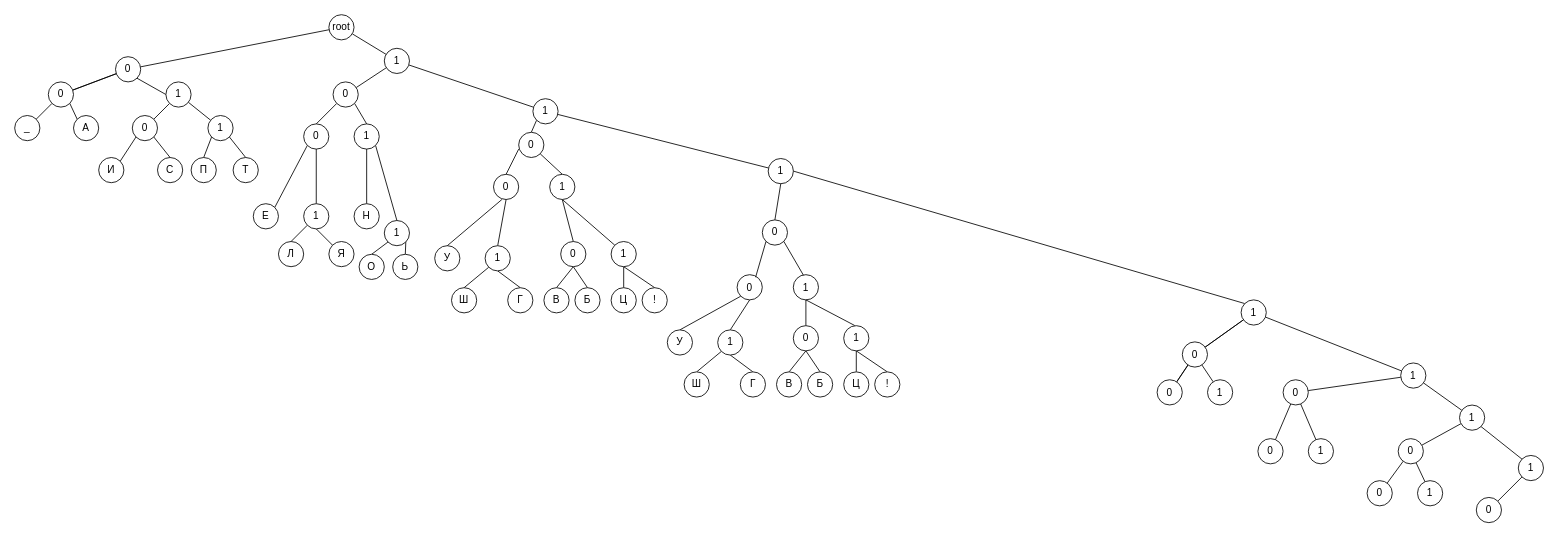
Before: Диаграмма без названия.drawio in Shumila71/shumila71.github.io, a draw.io diagram. Source tidied: cells renumbered, new cells numbered last; positions are measured from the earlier drawing's top-left corner, leaving out a move shared by most shapes. Both pictures are drawn from the tidied source at 84%, with x=0, y=0 at pixel (14, 14).
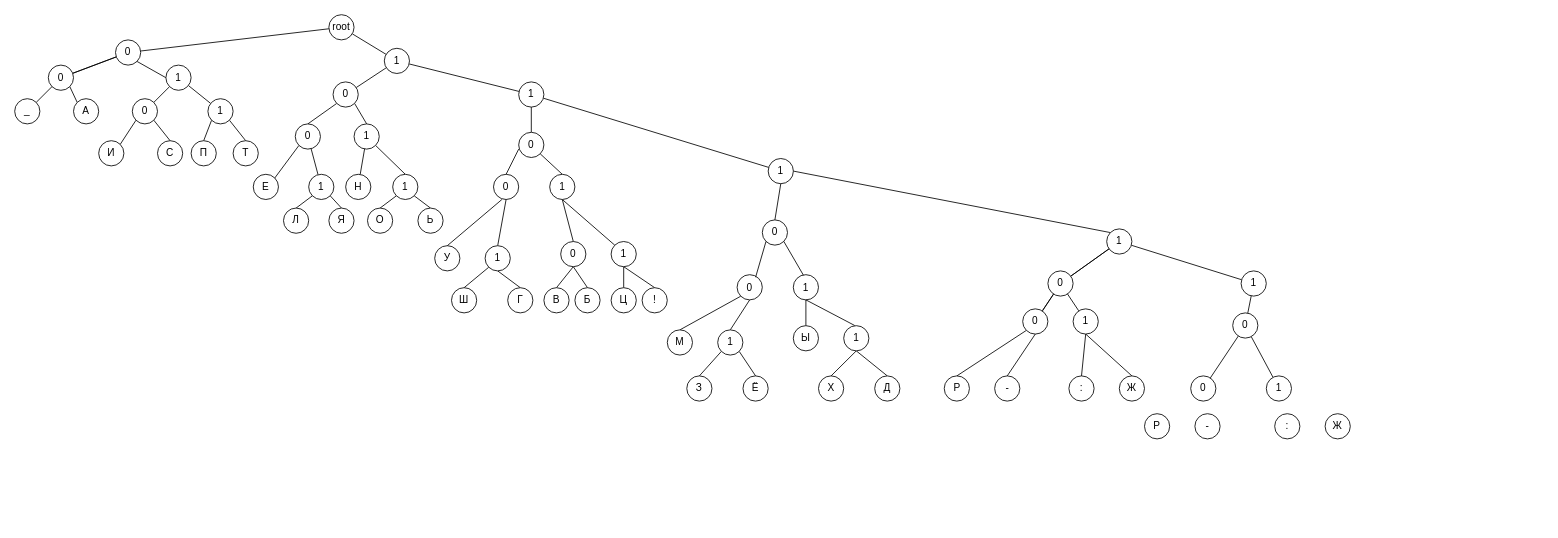
The same diagram, later.

Unchanged cells that the change refers to:
```xml
<mxCell id="48" value="0" style="ellipse;whiteSpace=wrap;html=1;" parent="1" vertex="1">
  <mxGeometry x="600" y="140" width="30" height="30" as="geometry" />
</mxCell>
<mxCell id="121" value="1" style="ellipse;whiteSpace=wrap;html=1;" parent="1" vertex="1">
  <mxGeometry x="836.9" y="375.2" width="30" height="30" as="geometry" />
</mxCell>
```

Change to the diagram source:
```diff
@@
     <mxCell id="4" value="0" style="ellipse;whiteSpace=wrap;html=1;" parent="1" vertex="1">
-      <mxGeometry x="120" y="50" width="30" height="30" as="geometry" />
+      <mxGeometry x="120" y="30" width="30" height="30" as="geometry" />
     </mxCell>
@@
     <mxCell id="11" value="0" style="ellipse;whiteSpace=wrap;html=1;" parent="1" vertex="1">
-      <mxGeometry x="40" y="80" width="30" height="30" as="geometry" />
+      <mxGeometry x="40" y="60" width="30" height="30" as="geometry" />
     </mxCell>
     <mxCell id="12" value="_" style="ellipse;whiteSpace=wrap;html=1;" parent="1" vertex="1">
-      <mxGeometry y="120" width="30" height="30" as="geometry" />
+      <mxGeometry y="100" width="30" height="30" as="geometry" />
     </mxCell>
@@
-    <mxCell id="17" style="edgeStyle=none;shape=connector;rounded=0;jettySize=auto;html=1;exitX=0;exitY=1;exitDx=0;exitDy=0;entryX=0.5;entryY=0;entryDx=0;entryDy=0;labelBackgroundColor=default;strokeColor=default;align=center;verticalAlign=middle;fontFamily=Helvetica;fontSize=11;fontColor=default;endArrow=none;endFill=0;" parent="1" edge="1" source="18" target="48">
+    <mxCell id="17" style="edgeStyle=none;shape=connector;rounded=0;jettySize=auto;html=1;exitX=0.5;exitY=1;exitDx=0;exitDy=0;entryX=0.5;entryY=0;entryDx=0;entryDy=0;labelBackgroundColor=default;strokeColor=default;align=center;verticalAlign=middle;fontFamily=Helvetica;fontSize=11;fontColor=default;endArrow=none;endFill=0;" parent="1" edge="1" source="18" target="48">
       <mxGeometry relative="1" as="geometry" />
     </mxCell>
     <mxCell id="18" value="1" style="ellipse;whiteSpace=wrap;html=1;" parent="1" vertex="1">
-      <mxGeometry x="616.9" y="100" width="30" height="30" as="geometry" />
+      <mxGeometry x="600" y="80" width="30" height="30" as="geometry" />
     </mxCell>
@@
     <mxCell id="23" value="1" style="ellipse;whiteSpace=wrap;html=1;" parent="1" vertex="1">
-      <mxGeometry x="1460" y="339.5" width="30" height="30" as="geometry" />
+      <mxGeometry x="1300" y="255" width="30" height="30" as="geometry" />
     </mxCell>
     <mxCell id="24" value="А" style="ellipse;whiteSpace=wrap;html=1;" parent="1" vertex="1">
-      <mxGeometry x="70" y="120" width="30" height="30" as="geometry" />
+      <mxGeometry x="70" y="100" width="30" height="30" as="geometry" />
     </mxCell>
@@
     <mxCell id="27" value="1" style="ellipse;whiteSpace=wrap;html=1;" parent="1" vertex="1">
-      <mxGeometry x="180" y="80" width="30" height="30" as="geometry" />
+      <mxGeometry x="180" y="60" width="30" height="30" as="geometry" />
     </mxCell>
@@
     <mxCell id="30" value="0" style="ellipse;whiteSpace=wrap;html=1;" parent="1" vertex="1">
-      <mxGeometry x="140" y="120" width="30" height="30" as="geometry" />
+      <mxGeometry x="140" y="100" width="30" height="30" as="geometry" />
     </mxCell>
     <mxCell id="31" value="И" style="ellipse;whiteSpace=wrap;html=1;" parent="1" vertex="1">
-      <mxGeometry x="100" y="170" width="30" height="30" as="geometry" />
+      <mxGeometry x="100" y="150" width="30" height="30" as="geometry" />
     </mxCell>
     <mxCell id="32" value="С" style="ellipse;whiteSpace=wrap;html=1;" parent="1" vertex="1">
-      <mxGeometry x="170" y="170" width="30" height="30" as="geometry" />
+      <mxGeometry x="170" y="150" width="30" height="30" as="geometry" />
     </mxCell>
@@
     <mxCell id="35" value="1" style="ellipse;whiteSpace=wrap;html=1;" parent="1" vertex="1">
-      <mxGeometry x="230" y="120" width="30" height="30" as="geometry" />
+      <mxGeometry x="230" y="100" width="30" height="30" as="geometry" />
     </mxCell>
     <mxCell id="36" value="П" style="ellipse;whiteSpace=wrap;html=1;" parent="1" vertex="1">
-      <mxGeometry x="210" y="170" width="30" height="30" as="geometry" />
+      <mxGeometry x="210" y="150" width="30" height="30" as="geometry" />
     </mxCell>
     <mxCell id="37" value="Т" style="ellipse;whiteSpace=wrap;html=1;" parent="1" vertex="1">
-      <mxGeometry x="260" y="170" width="30" height="30" as="geometry" />
+      <mxGeometry x="260" y="150" width="30" height="30" as="geometry" />
     </mxCell>
-    <mxCell id="38" style="edgeStyle=none;shape=connector;rounded=0;jettySize=auto;html=1;labelBackgroundColor=default;strokeColor=default;align=center;verticalAlign=middle;fontFamily=Helvetica;fontSize=11;fontColor=default;endArrow=none;endFill=0;" parent="1" edge="1" source="40" target="43">
-      <mxGeometry relative="1" as="geometry" />
-    </mxCell>
@@
     <mxCell id="40" value="1" style="ellipse;whiteSpace=wrap;html=1;" parent="1" vertex="1">
-      <mxGeometry x="1650" y="414.6" width="30" height="30" as="geometry" />
+      <mxGeometry x="1460" y="305" width="30" height="30" as="geometry" />
     </mxCell>
-    <mxCell id="41" style="edgeStyle=none;shape=connector;rounded=0;jettySize=auto;html=1;exitX=1;exitY=1;exitDx=0;exitDy=0;entryX=0;entryY=0;entryDx=0;entryDy=0;labelBackgroundColor=default;strokeColor=default;align=center;verticalAlign=middle;fontFamily=Helvetica;fontSize=11;fontColor=default;endArrow=none;endFill=0;" parent="1" edge="1" source="43" target="44">
-      <mxGeometry relative="1" as="geometry" />
-    </mxCell>
-    <mxCell id="42" style="edgeStyle=none;shape=connector;rounded=0;jettySize=auto;html=1;labelBackgroundColor=default;strokeColor=default;align=center;verticalAlign=middle;fontFamily=Helvetica;fontSize=11;fontColor=default;endArrow=none;endFill=0;" parent="1" edge="1" source="43" target="58">
-      <mxGeometry relative="1" as="geometry" />
-    </mxCell>
-    <mxCell id="43" value="1" style="ellipse;whiteSpace=wrap;html=1;" parent="1" vertex="1">
-      <mxGeometry x="1720" y="464.7" width="30" height="30" as="geometry" />
-    </mxCell>
-    <mxCell id="44" value="1" style="ellipse;whiteSpace=wrap;html=1;" parent="1" vertex="1">
-      <mxGeometry x="1790" y="524.7" width="30" height="30" as="geometry" />
-    </mxCell>
@@
     <mxCell id="54" value="0" style="ellipse;whiteSpace=wrap;html=1;" parent="1" vertex="1">
-      <mxGeometry x="1390" y="389.5" width="30" height="30" as="geometry" />
+      <mxGeometry x="1230" y="305" width="30" height="30" as="geometry" />
     </mxCell>
@@
     <mxCell id="56" value="0" style="ellipse;whiteSpace=wrap;html=1;" parent="1" vertex="1">
-      <mxGeometry x="1510" y="434.6" width="30" height="30" as="geometry" />
+      <mxGeometry x="1450" y="355" width="30" height="30" as="geometry" />
     </mxCell>
-    <mxCell id="57" style="edgeStyle=none;shape=connector;rounded=0;jettySize=auto;html=1;labelBackgroundColor=default;strokeColor=default;align=center;verticalAlign=middle;fontFamily=Helvetica;fontSize=11;fontColor=default;endArrow=none;endFill=0;" parent="1" edge="1" source="58" target="86">
-      <mxGeometry relative="1" as="geometry" />
-    </mxCell>
-    <mxCell id="58" value="0" style="ellipse;whiteSpace=wrap;html=1;" parent="1" vertex="1">
-      <mxGeometry x="1647" y="504.7" width="30" height="30" as="geometry" />
-    </mxCell>
-    <mxCell id="59" style="edgeStyle=none;shape=connector;rounded=0;jettySize=auto;html=1;labelBackgroundColor=default;strokeColor=default;align=center;verticalAlign=middle;fontFamily=Helvetica;fontSize=11;fontColor=default;endArrow=none;endFill=0;" parent="1" edge="1" source="60" target="44">
-      <mxGeometry relative="1" as="geometry" />
-    </mxCell>
-    <mxCell id="60" value="0" style="ellipse;whiteSpace=wrap;html=1;" parent="1" vertex="1">
-      <mxGeometry x="1740" y="574.7" width="30" height="30" as="geometry" />
-    </mxCell>
@@
     <mxCell id="64" value="0" style="ellipse;whiteSpace=wrap;html=1;" parent="1" vertex="1">
-      <mxGeometry x="344" y="130" width="30" height="30" as="geometry" />
+      <mxGeometry x="334" y="130" width="30" height="30" as="geometry" />
     </mxCell>
@@
+    <mxCell id="136" style="edgeStyle=none;shape=connector;rounded=0;jettySize=auto;html=1;exitX=0.5;exitY=1;exitDx=0;exitDy=0;entryX=0.5;entryY=0;entryDx=0;entryDy=0;labelBackgroundColor=default;strokeColor=default;align=center;verticalAlign=middle;fontFamily=Helvetica;fontSize=11;fontColor=default;endArrow=none;endFill=0;" parent="1" edge="1" source="79" target="143">
+      <mxGeometry relative="1" as="geometry" />
+    </mxCell>
+    <mxCell id="137" style="edgeStyle=none;shape=connector;rounded=0;jettySize=auto;html=1;exitX=0.5;exitY=1;exitDx=0;exitDy=0;entryX=0.5;entryY=0;entryDx=0;entryDy=0;labelBackgroundColor=default;strokeColor=default;align=center;verticalAlign=middle;fontFamily=Helvetica;fontSize=11;fontColor=default;endArrow=none;endFill=0;" parent="1" edge="1" source="79" target="142">
+      <mxGeometry relative="1" as="geometry" />
+    </mxCell>
     <mxCell id="79" value="1" style="ellipse;whiteSpace=wrap;html=1;" parent="1" vertex="1">
-      <mxGeometry x="1420" y="434.6" width="30" height="30" as="geometry" />
+      <mxGeometry x="1260" y="350.2" width="30" height="30" as="geometry" />
     </mxCell>
+    <mxCell id="138" style="edgeStyle=none;shape=connector;rounded=0;jettySize=auto;html=1;exitX=0;exitY=1;exitDx=0;exitDy=0;entryX=0.5;entryY=0;entryDx=0;entryDy=0;labelBackgroundColor=default;strokeColor=default;align=center;verticalAlign=middle;fontFamily=Helvetica;fontSize=11;fontColor=default;endArrow=none;endFill=0;" parent="1" edge="1" source="80" target="141">
+      <mxGeometry relative="1" as="geometry" />
+    </mxCell>
+    <mxCell id="139" style="edgeStyle=none;shape=connector;rounded=0;jettySize=auto;html=1;exitX=0.5;exitY=1;exitDx=0;exitDy=0;entryX=0.5;entryY=0;entryDx=0;entryDy=0;labelBackgroundColor=default;strokeColor=default;align=center;verticalAlign=middle;fontFamily=Helvetica;fontSize=11;fontColor=default;endArrow=none;endFill=0;" parent="1" edge="1" source="80" target="140">
+      <mxGeometry relative="1" as="geometry" />
+    </mxCell>
     <mxCell id="80" value="0" style="ellipse;whiteSpace=wrap;html=1;" parent="1" vertex="1">
-      <mxGeometry x="1360" y="434.6" width="30" height="30" as="geometry" />
+      <mxGeometry x="1200" y="350.2" width="30" height="30" as="geometry" />
     </mxCell>
@@
     <mxCell id="82" value="1" style="ellipse;whiteSpace=wrap;html=1;" parent="1" vertex="1">
-      <mxGeometry x="1540" y="504.7" width="30" height="30" as="geometry" />
+      <mxGeometry x="1490" y="430" width="30" height="30" as="geometry" />
     </mxCell>
     <mxCell id="83" value="0" style="ellipse;whiteSpace=wrap;html=1;" parent="1" vertex="1">
-      <mxGeometry x="1480" y="504.7" width="30" height="30" as="geometry" />
+      <mxGeometry x="1400" y="430" width="30" height="30" as="geometry" />
     </mxCell>
-    <mxCell id="84" style="edgeStyle=none;shape=connector;rounded=0;jettySize=auto;html=1;labelBackgroundColor=default;strokeColor=default;align=center;verticalAlign=middle;fontFamily=Helvetica;fontSize=11;fontColor=default;endArrow=none;endFill=0;" parent="1" edge="1" source="85" target="58">
-      <mxGeometry relative="1" as="geometry" />
-    </mxCell>
-    <mxCell id="85" value="1" style="ellipse;whiteSpace=wrap;html=1;" parent="1" vertex="1">
-      <mxGeometry x="1670" y="554.7" width="30" height="30" as="geometry" />
-    </mxCell>
-    <mxCell id="86" value="0" style="ellipse;whiteSpace=wrap;html=1;" parent="1" vertex="1">
-      <mxGeometry x="1610" y="554.7" width="30" height="30" as="geometry" />
-    </mxCell>
@@
-    <mxCell id="89" style="edgeStyle=none;shape=connector;rounded=0;jettySize=auto;html=1;exitX=0.5;exitY=1;exitDx=0;exitDy=0;entryX=0;entryY=0;entryDx=0;entryDy=0;labelBackgroundColor=default;strokeColor=default;align=center;verticalAlign=middle;fontFamily=Helvetica;fontSize=11;fontColor=default;endArrow=none;endFill=0;" parent="1" edge="1" source="90" target="110">
+    <mxCell id="89" style="edgeStyle=none;shape=connector;rounded=0;jettySize=auto;html=1;exitX=1;exitY=1;exitDx=0;exitDy=0;entryX=0.5;entryY=0;entryDx=0;entryDy=0;labelBackgroundColor=default;strokeColor=default;align=center;verticalAlign=middle;fontFamily=Helvetica;fontSize=11;fontColor=default;endArrow=none;endFill=0;" parent="1" edge="1" source="90" target="110">
       <mxGeometry relative="1" as="geometry" />
     </mxCell>
     <mxCell id="90" value="1" style="ellipse;whiteSpace=wrap;html=1;" parent="1" vertex="1">
-      <mxGeometry x="344" y="225" width="30" height="30" as="geometry" />
+      <mxGeometry x="350" y="190" width="30" height="30" as="geometry" />
     </mxCell>
     <mxCell id="91" value="Е" style="ellipse;whiteSpace=wrap;html=1;" parent="1" vertex="1">
-      <mxGeometry x="284" y="225" width="30" height="30" as="geometry" />
+      <mxGeometry x="284" y="190" width="30" height="30" as="geometry" />
     </mxCell>
@@
     <mxCell id="94" value="1" style="ellipse;whiteSpace=wrap;html=1;" parent="1" vertex="1">
-      <mxGeometry x="440" y="245" width="30" height="30" as="geometry" />
+      <mxGeometry x="450" y="190" width="30" height="30" as="geometry" />
     </mxCell>
@@
     <mxCell id="96" value="Н" style="ellipse;whiteSpace=wrap;html=1;" parent="1" vertex="1">
-      <mxGeometry x="404" y="225" width="30" height="30" as="geometry" />
+      <mxGeometry x="394" y="190" width="30" height="30" as="geometry" />
     </mxCell>
@@
     <mxCell id="109" value="Л" style="ellipse;whiteSpace=wrap;html=1;" parent="1" vertex="1">
-      <mxGeometry x="314" y="270" width="30" height="30" as="geometry" />
+      <mxGeometry x="320" y="230.2" width="30" height="30" as="geometry" />
     </mxCell>
     <mxCell id="110" value="Я" style="ellipse;whiteSpace=wrap;html=1;" parent="1" vertex="1">
-      <mxGeometry x="374" y="270" width="30" height="30" as="geometry" />
+      <mxGeometry x="374" y="230.2" width="30" height="30" as="geometry" />
     </mxCell>
     <mxCell id="111" value="О" style="ellipse;whiteSpace=wrap;html=1;" parent="1" vertex="1">
-      <mxGeometry x="410" y="285.2" width="30" height="30" as="geometry" />
+      <mxGeometry x="420" y="230.2" width="30" height="30" as="geometry" />
     </mxCell>
     <mxCell id="112" value="Ь" style="ellipse;whiteSpace=wrap;html=1;" parent="1" vertex="1">
-      <mxGeometry x="450" y="285.2" width="30" height="30" as="geometry" />
+      <mxGeometry x="480" y="230.2" width="30" height="30" as="geometry" />
     </mxCell>
@@
-    <mxCell id="120" style="edgeStyle=none;shape=connector;rounded=0;jettySize=auto;html=1;exitX=0.5;exitY=1;exitDx=0;exitDy=0;entryX=0.5;entryY=0;entryDx=0;entryDy=0;labelBackgroundColor=default;strokeColor=default;align=center;verticalAlign=middle;fontFamily=Helvetica;fontSize=11;fontColor=default;endArrow=none;endFill=0;" parent="1" edge="1" source="121" target="130">
+    <mxCell id="120" style="edgeStyle=none;shape=connector;rounded=0;jettySize=auto;html=1;exitX=1;exitY=1;exitDx=0;exitDy=0;entryX=0.5;entryY=0;entryDx=0;entryDy=0;labelBackgroundColor=default;strokeColor=default;align=center;verticalAlign=middle;fontFamily=Helvetica;fontSize=11;fontColor=default;endArrow=none;endFill=0;" parent="1" edge="1" source="121" target="130">
       <mxGeometry relative="1" as="geometry" />
     </mxCell>
@@
-    <mxCell id="122" value="У" style="ellipse;whiteSpace=wrap;html=1;" parent="1" vertex="1">
+    <mxCell id="122" value="М" style="ellipse;whiteSpace=wrap;html=1;" parent="1" vertex="1">
       <mxGeometry x="776.9" y="375.2" width="30" height="30" as="geometry" />
     </mxCell>
@@
-    <mxCell id="126" style="edgeStyle=none;shape=connector;rounded=0;jettySize=auto;html=1;exitX=0.5;exitY=1;exitDx=0;exitDy=0;entryX=0.5;entryY=0;entryDx=0;entryDy=0;labelBackgroundColor=default;strokeColor=default;align=center;verticalAlign=middle;fontFamily=Helvetica;fontSize=11;fontColor=default;endArrow=none;endFill=0;" parent="1" edge="1" source="128" target="131">
-      <mxGeometry relative="1" as="geometry" />
-    </mxCell>
-    <mxCell id="127" style="edgeStyle=none;shape=connector;rounded=0;jettySize=auto;html=1;exitX=0.5;exitY=1;exitDx=0;exitDy=0;entryX=0.5;entryY=0;entryDx=0;entryDy=0;labelBackgroundColor=default;strokeColor=default;align=center;verticalAlign=middle;fontFamily=Helvetica;fontSize=11;fontColor=default;endArrow=none;endFill=0;" parent="1" edge="1" source="128" target="132">
-      <mxGeometry relative="1" as="geometry" />
-    </mxCell>
-    <mxCell id="128" value="0" style="ellipse;whiteSpace=wrap;html=1;" parent="1" vertex="1">
+    <mxCell id="128" value="Ы" style="ellipse;whiteSpace=wrap;html=1;" parent="1" vertex="1">
       <mxGeometry x="926.9" y="370.2" width="30" height="30" as="geometry" />
     </mxCell>
-    <mxCell id="129" value="Ш" style="ellipse;whiteSpace=wrap;html=1;" parent="1" vertex="1">
-      <mxGeometry x="796.9" y="425.2" width="30" height="30" as="geometry" />
+    <mxCell id="129" value="З" style="ellipse;whiteSpace=wrap;html=1;" parent="1" vertex="1">
+      <mxGeometry x="800.1" y="430" width="30" height="30" as="geometry" />
     </mxCell>
-    <mxCell id="130" value="Г" style="ellipse;whiteSpace=wrap;html=1;" parent="1" vertex="1">
-      <mxGeometry x="863.8" y="425.2" width="30" height="30" as="geometry" />
+    <mxCell id="130" value="Ё" style="ellipse;whiteSpace=wrap;html=1;" parent="1" vertex="1">
+      <mxGeometry x="867" y="430" width="30" height="30" as="geometry" />
     </mxCell>
-    <mxCell id="131" value="В" style="ellipse;whiteSpace=wrap;html=1;" parent="1" vertex="1">
-      <mxGeometry x="906.9" y="425.2" width="30" height="30" as="geometry" />
-    </mxCell>
-    <mxCell id="132" value="Б" style="ellipse;whiteSpace=wrap;html=1;" parent="1" vertex="1">
-      <mxGeometry x="943.8" y="425.2" width="30" height="30" as="geometry" />
-    </mxCell>
-    <mxCell id="133" value="Ц" style="ellipse;whiteSpace=wrap;html=1;" parent="1" vertex="1">
-      <mxGeometry x="986.9" y="425.2" width="30" height="30" as="geometry" />
+    <mxCell id="133" value="Х" style="ellipse;whiteSpace=wrap;html=1;" parent="1" vertex="1">
+      <mxGeometry x="956.9" y="430" width="30" height="30" as="geometry" />
     </mxCell>
-    <mxCell id="134" value="!" style="ellipse;whiteSpace=wrap;html=1;" parent="1" vertex="1">
-      <mxGeometry x="1023.8" y="425.2" width="30" height="30" as="geometry" />
+    <mxCell id="134" value="Д" style="ellipse;whiteSpace=wrap;html=1;" parent="1" vertex="1">
+      <mxGeometry x="1023.8" y="430" width="30" height="30" as="geometry" />
     </mxCell>
@@
+    <mxCell id="140" value="-" style="ellipse;whiteSpace=wrap;html=1;" parent="1" vertex="1">
+      <mxGeometry x="1166.6" y="430" width="30" height="30" as="geometry" />
+    </mxCell>
+    <mxCell id="141" value="Р" style="ellipse;whiteSpace=wrap;html=1;" parent="1" vertex="1">
+      <mxGeometry x="1106.6" y="430" width="30" height="30" as="geometry" />
+    </mxCell>
+    <mxCell id="142" value="Ж" style="ellipse;whiteSpace=wrap;html=1;" parent="1" vertex="1">
+      <mxGeometry x="1315" y="430" width="30" height="30" as="geometry" />
+    </mxCell>
+    <mxCell id="143" value=":" style="ellipse;whiteSpace=wrap;html=1;" parent="1" vertex="1">
+      <mxGeometry x="1255" y="430" width="30" height="30" as="geometry" />
+    </mxCell>
+    <mxCell id="144" value="-" style="ellipse;whiteSpace=wrap;html=1;" parent="1" vertex="1">
+      <mxGeometry x="1405" y="475" width="30" height="30" as="geometry" />
+    </mxCell>
+    <mxCell id="145" value="Р" style="ellipse;whiteSpace=wrap;html=1;" parent="1" vertex="1">
+      <mxGeometry x="1345" y="475" width="30" height="30" as="geometry" />
+    </mxCell>
+    <mxCell id="146" value="Ж" style="ellipse;whiteSpace=wrap;html=1;" parent="1" vertex="1">
+      <mxGeometry x="1560" y="475" width="30" height="30" as="geometry" />
+    </mxCell>
+    <mxCell id="147" value=":" style="ellipse;whiteSpace=wrap;html=1;" parent="1" vertex="1">
+      <mxGeometry x="1500" y="475" width="30" height="30" as="geometry" />
+    </mxCell>
```
